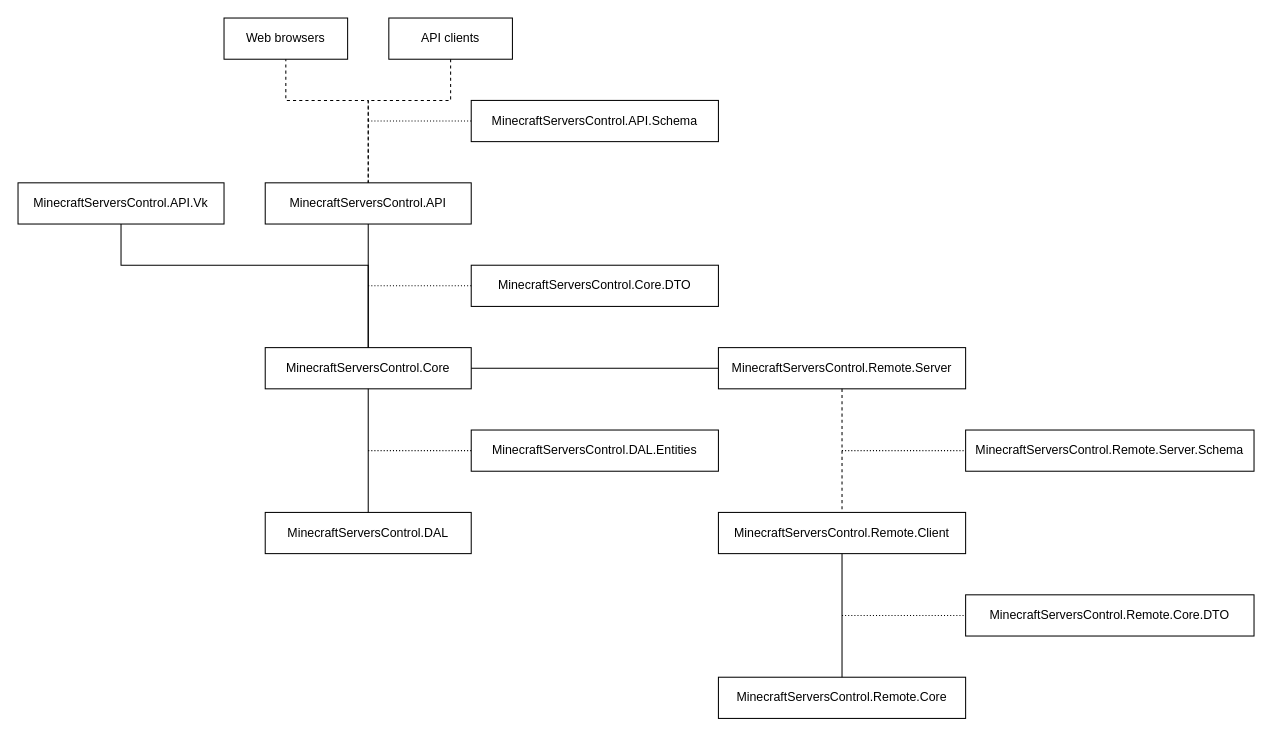
The draw.io diagram ProjectRelationships.drawio in Vlas-Omsk/MinecraftServersControl, before the edit. Source tidied: cells renumbered, new cells numbered last; positions are measured from the earlier drawing's top-left corner, leaving out a move shared by most shapes. Both pictures are drawn from the tidied source at 103%, with x=0, y=0 at pixel (18, 18).
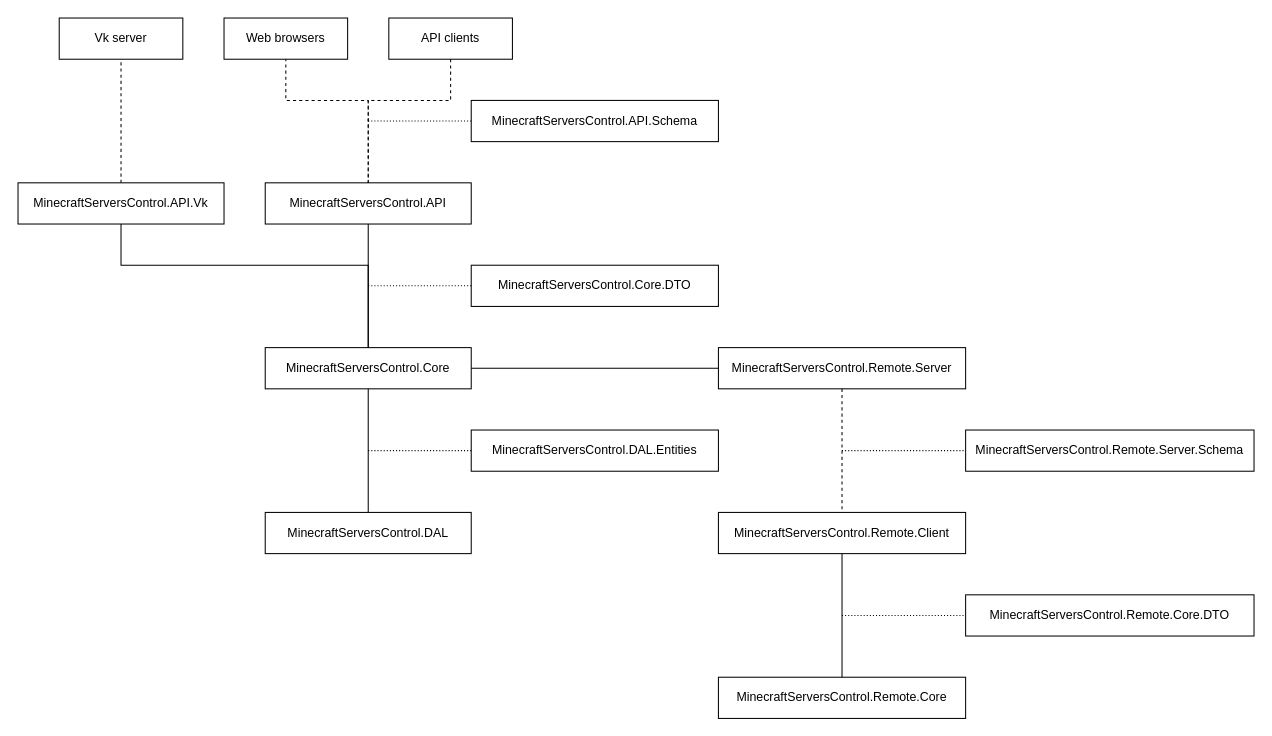
The same page after the edit.

The change refers to these unchanged cells:
```xml
<mxCell id="27" value="MinecraftServersControl.API.Vk" style="rounded=0;whiteSpace=wrap;html=1;" parent="1" vertex="1">
  <mxGeometry y="160" width="200" height="40" as="geometry" />
</mxCell>
```

The edit, as a diff of the source:
```diff
@@
+    <mxCell id="29" value="Vk server" style="rounded=0;whiteSpace=wrap;html=1;" parent="1" vertex="1">
+      <mxGeometry x="40" width="120" height="40" as="geometry" />
+    </mxCell>
+    <mxCell id="30" style="endArrow=none;html=1;rounded=0;edgeStyle=orthogonalEdgeStyle;endFill=0;dashed=1;entryX=0.5;entryY=1;entryDx=0;entryDy=0;" parent="1" edge="1" source="27" target="29">
+      <mxGeometry relative="1" as="geometry" />
+    </mxCell>
```
